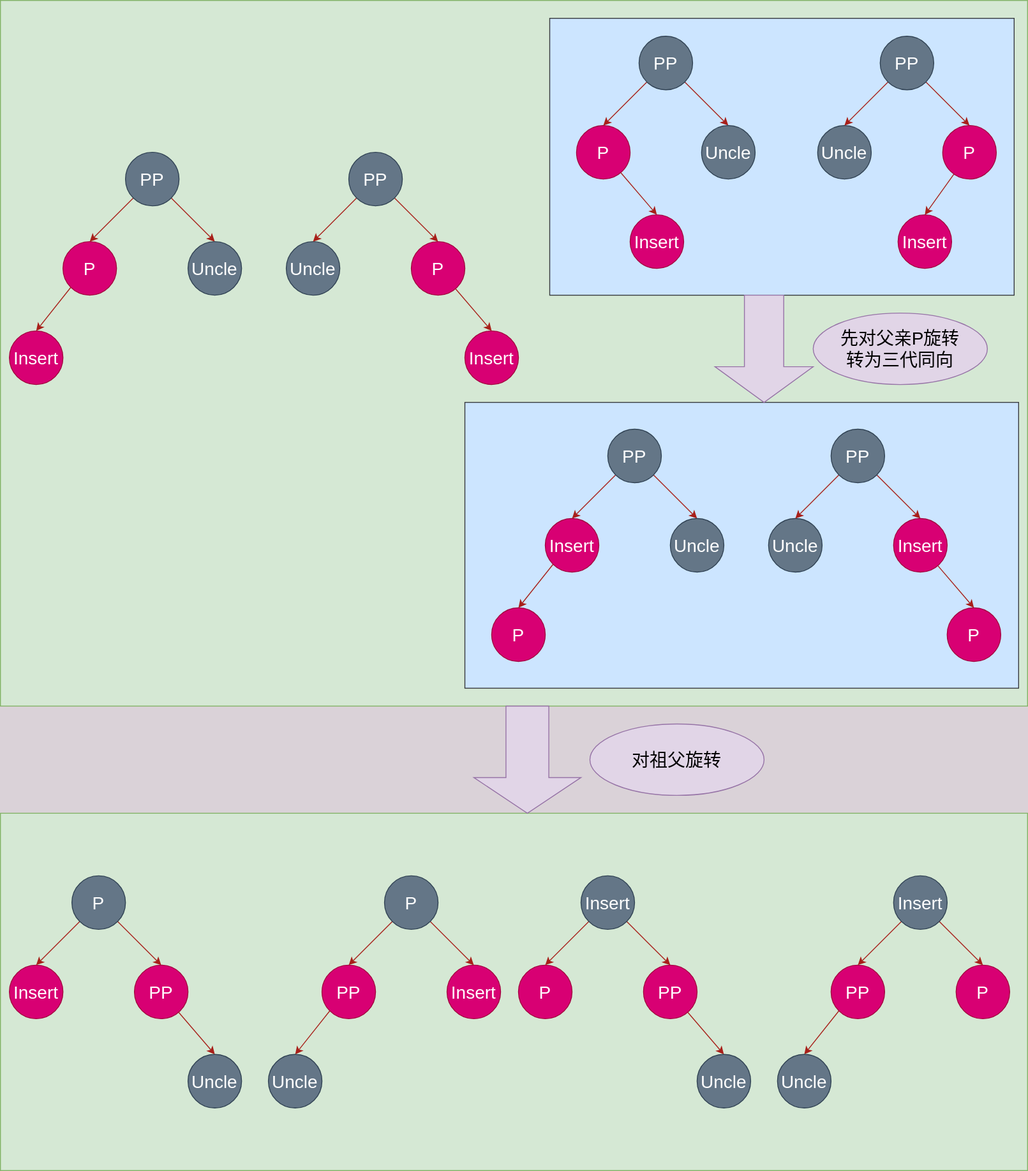
The draw.io diagram Ds/Summary/images/红黑树_插入_父亲为红_叔叔为黑.svg in Jinhua-Lee/DsAndAlg, before a commit. Source tidied: cells renumbered, new cells last; positions are measured from the earlier drawing's top-left corner, leaving out a move shared by most shapes.
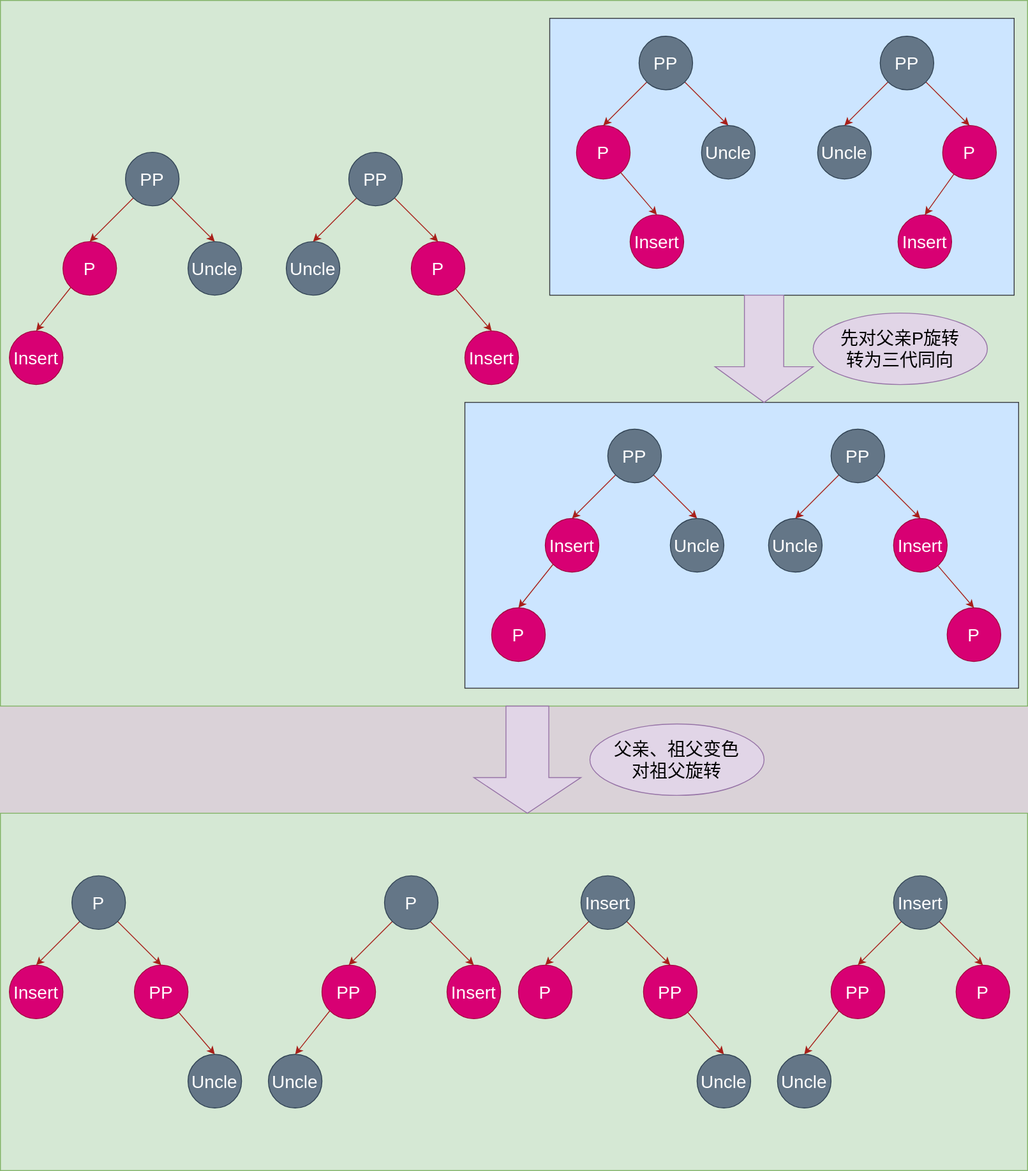
The same diagram one commit later.

Diff of the diagram source:
```diff
@@ -149,7 +149,7 @@
     <mxCell id="50" value="&lt;font style=&quot;font-size: 20px&quot;&gt;先对父亲P旋转&lt;br&gt;转为三代同向&lt;br&gt;&lt;/font&gt;" style="ellipse;whiteSpace=wrap;html=1;rounded=0;sketch=0;strokeColor=#9673a6;fillColor=#e1d5e7;" parent="1" vertex="1">
       <mxGeometry x="910" y="350" width="195" height="80" as="geometry" />
     </mxCell>
-    <mxCell id="51" value="&lt;font style=&quot;font-size: 20px&quot;&gt;对祖父旋转&lt;br&gt;&lt;/font&gt;" style="ellipse;whiteSpace=wrap;html=1;rounded=0;sketch=0;strokeColor=#9673a6;fillColor=#e1d5e7;" parent="1" vertex="1">
+    <mxCell id="51" value="&lt;font style=&quot;font-size: 20px&quot;&gt;父亲、祖父变色&lt;br&gt;对祖父旋转&lt;br&gt;&lt;/font&gt;" style="ellipse;whiteSpace=wrap;html=1;rounded=0;sketch=0;strokeColor=#9673a6;fillColor=#e1d5e7;" parent="1" vertex="1">
       <mxGeometry x="660" y="810" width="195" height="80" as="geometry" />
     </mxCell>
     <mxCell id="52" value="&lt;font style=&quot;font-size: 20px&quot;&gt;PP&lt;/font&gt;" style="ellipse;whiteSpace=wrap;html=1;fillColor=#d80073;strokeColor=#A50040;fontColor=#ffffff;" parent="1" vertex="1">
```
